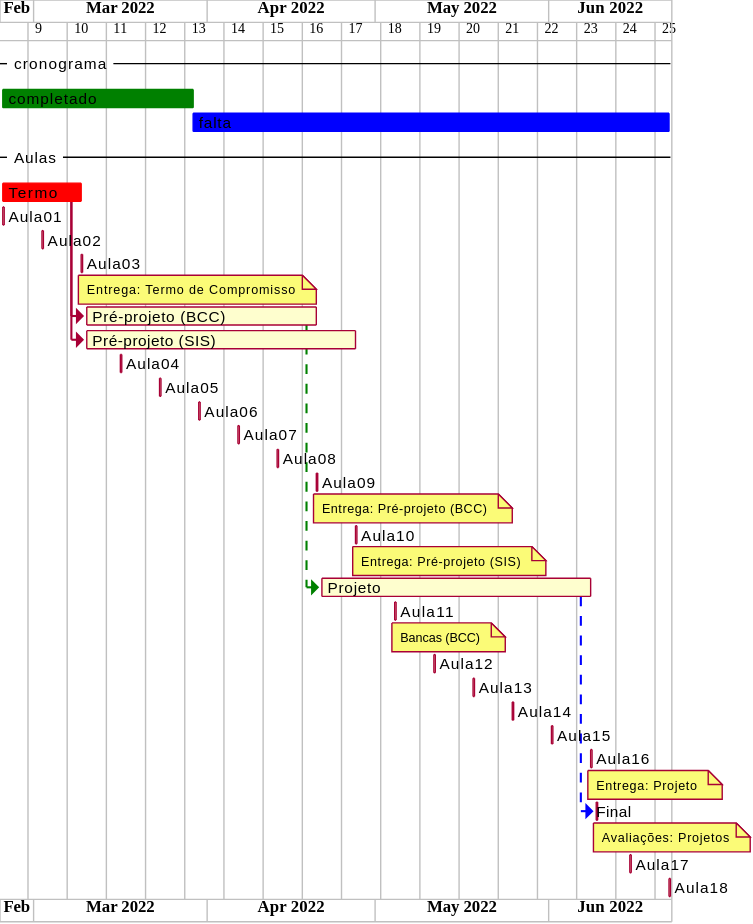
Before: cronograma.svg, a diagram exported from PlantUML (dalton-reis/disciplina_TCC1_Privado).
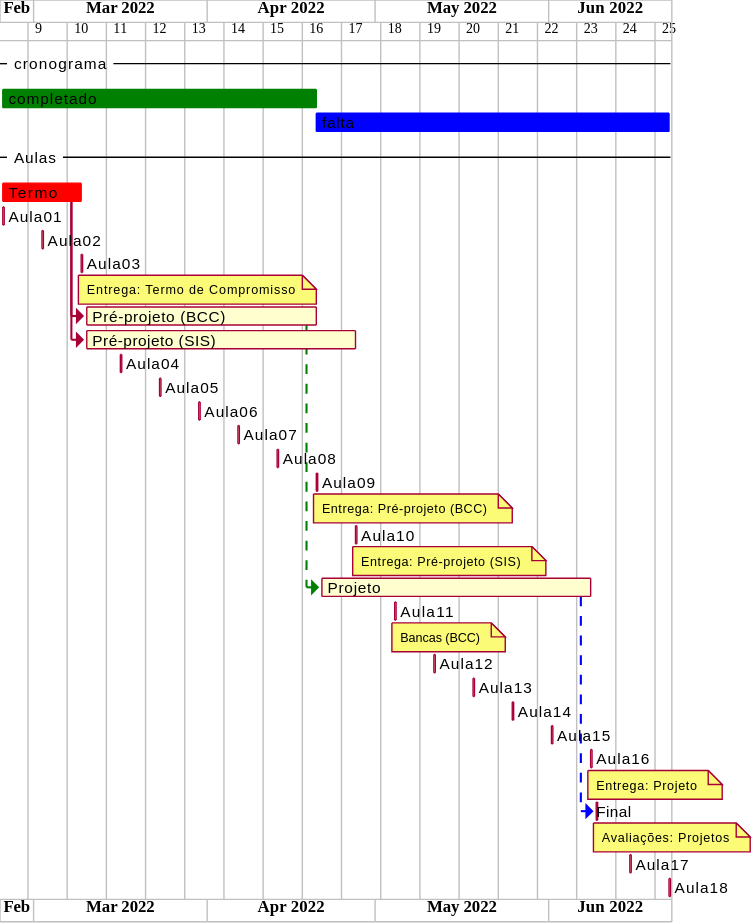
After the change.

Change to the diagram source:
```diff
@@ -1,4 +1,4 @@
-@startgantt
+@startgantt cronograma
 
 ganttscale weekly
 
@@ -6,8 +6,8 @@
 
 -- cronograma --
 [completado] is colored in green
-[completado] starts 2022-02-23 and ends 2022-03-29
-[falta] starts 2022-03-29 and ends 2022-06-22
+[completado] starts 2022-02-23 and ends 2022-04-20
+[falta] starts 2022-04-20 and ends 2022-06-22
 [falta] is colored in blue
 
 -- Aulas --
```
